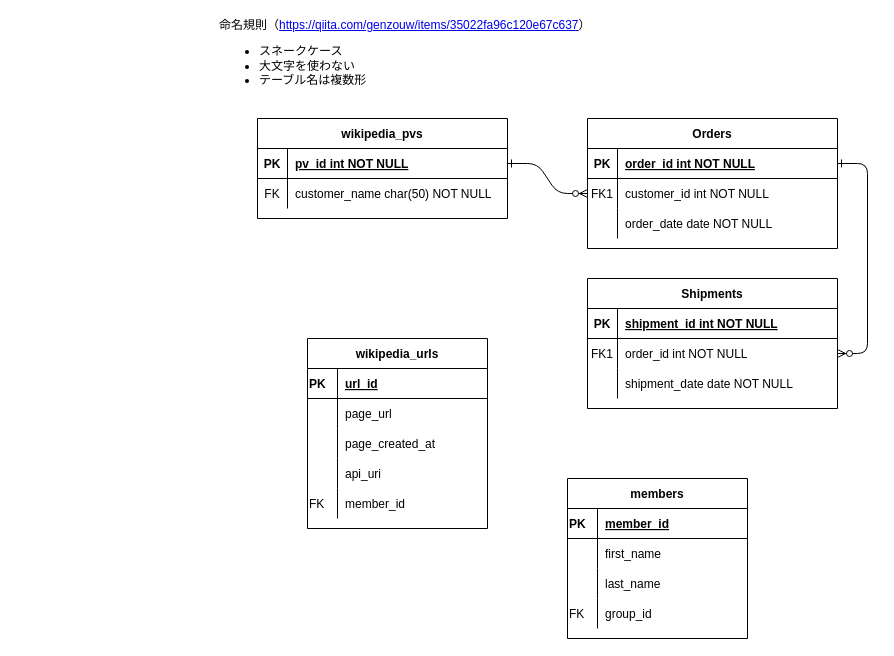
This is db/ER/Untitled Diagram.drawio from takahito-0398/webapp01, a draw.io file, before an edit. Source tidied: cells renumbered, new cells numbered last; positions are measured from the earlier drawing's top-left corner, leaving out a move shared by most shapes. Both pictures are drawn from the tidied source at 100%, with x=0, y=0 at pixel (217, 28).
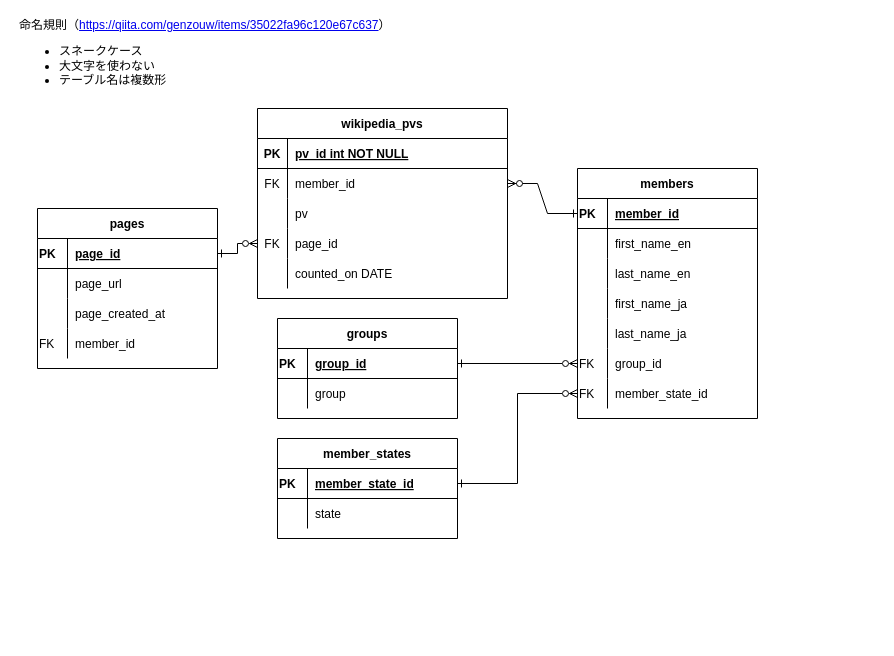
The same page after the edit.

The change refers to these unchanged cells:
```xml
<mxCell id="25" style="shape=partialRectangle;fillColor=none;points=[[0,0.5],[1,0.5]];portConstraint=eastwest;top=0;left=0;right=0;bottom=1;" parent="24" vertex="1">
  <mxGeometry y="30" width="250" height="30" as="geometry" />
</mxCell>
<mxCell id="28" style="shape=partialRectangle;fillColor=none;points=[[0,0.5],[1,0.5]];portConstraint=eastwest;top=0;left=0;right=0;bottom=0;" parent="24" vertex="1">
  <mxGeometry y="60" width="250" height="30" as="geometry" />
</mxCell>
<mxCell id="33" style="shape=partialRectangle;fillColor=none;top=0;left=0;bottom=1;right=0;points=[[0,0.5],[1,0.5]];portConstraint=eastwest;align=left;" parent="32" vertex="1">
  <mxGeometry y="30" width="180" height="30" as="geometry" />
</mxCell>
<mxCell id="49" style="shape=partialRectangle;fillColor=none;top=0;left=0;bottom=1;right=0;points=[[0,0.5],[1,0.5]];portConstraint=eastwest;align=left;" parent="48" vertex="1">
  <mxGeometry y="30" width="180" height="30" as="geometry" />
</mxCell>
<mxCell id="52" style="shape=partialRectangle;fillColor=none;top=0;left=0;bottom=0;right=0;align=left;" parent="48" vertex="1">
  <mxGeometry y="60" width="180" height="30" as="geometry" />
</mxCell>
<mxCell id="55" style="shape=partialRectangle;fillColor=none;top=0;left=0;bottom=0;right=0;align=left;" parent="48" vertex="1">
  <mxGeometry y="90" width="180" height="30" as="geometry" />
</mxCell>
```

Change to the diagram source:
```diff
@@
-    <mxCell id="2" style="edgeStyle=entityRelationEdgeStyle;endArrow=ERzeroToMany;startArrow=ERone;endFill=1;startFill=0;" parent="1" edge="1" source="25" target="8">
+    <mxCell id="2" style="edgeStyle=entityRelationEdgeStyle;endArrow=ERone;startArrow=ERzeroToMany;endFill=0;startFill=1;entryX=0;entryY=0.5;entryDx=0;entryDy=0;exitX=1;exitY=0.5;exitDx=0;exitDy=0;rounded=0;" parent="1" edge="1" source="28" target="49">
       <mxGeometry relative="1" as="geometry" />
     </mxCell>
-    <mxCell id="3" style="edgeStyle=entityRelationEdgeStyle;endArrow=ERzeroToMany;startArrow=ERone;endFill=1;startFill=0;" parent="1" edge="1" source="5" target="18">
-      <mxGeometry relative="1" as="geometry" />
-    </mxCell>
-    <mxCell id="4" value="Orders" style="shape=table;startSize=30;childLayout=tableLayout;rowLines=0;fontStyle=1;align=center;" parent="1" vertex="1">
-      <mxGeometry x="370" y="90" width="250" height="130" as="geometry" />
-    </mxCell>
-    <mxCell id="5" style="shape=partialRectangle;fillColor=none;points=[[0,0.5],[1,0.5]];portConstraint=eastwest;top=0;left=0;right=0;bottom=1;" parent="4" vertex="1">
-      <mxGeometry y="30" width="250" height="30" as="geometry" />
-    </mxCell>
-    <mxCell id="6" value="PK" style="shape=partialRectangle;overflow=hidden;fillColor=none;top=0;left=0;bottom=0;right=0;fontStyle=1;" parent="5" vertex="1">
-      <mxGeometry width="30" height="30" as="geometry" />
-    </mxCell>
-    <mxCell id="7" value="order_id int NOT NULL " style="shape=partialRectangle;overflow=hidden;fillColor=none;top=0;left=0;bottom=0;right=0;align=left;spacingLeft=6;fontStyle=5;" parent="5" vertex="1">
-      <mxGeometry x="30" width="220" height="30" as="geometry" />
-    </mxCell>
-    <mxCell id="8" style="shape=partialRectangle;fillColor=none;points=[[0,0.5],[1,0.5]];portConstraint=eastwest;top=0;left=0;right=0;bottom=0;" parent="4" vertex="1">
-      <mxGeometry y="60" width="250" height="30" as="geometry" />
-    </mxCell>
-    <mxCell id="9" value="FK1" style="shape=partialRectangle;overflow=hidden;fillColor=none;top=0;left=0;bottom=0;right=0;" parent="8" vertex="1">
-      <mxGeometry width="30" height="30" as="geometry" />
-    </mxCell>
-    <mxCell id="10" value="customer_id int NOT NULL" style="shape=partialRectangle;overflow=hidden;fillColor=none;top=0;left=0;bottom=0;right=0;align=left;spacingLeft=6;" parent="8" vertex="1">
-      <mxGeometry x="30" width="220" height="30" as="geometry" />
-    </mxCell>
-    <mxCell id="11" style="shape=partialRectangle;fillColor=none;top=0;left=0;right=0;bottom=0;" parent="4" vertex="1">
-      <mxGeometry y="90" width="250" height="30" as="geometry" />
-    </mxCell>
-    <mxCell id="12" style="shape=partialRectangle;overflow=hidden;fillColor=none;top=0;left=0;bottom=0;right=0;" parent="11" vertex="1">
-      <mxGeometry width="30" height="30" as="geometry" />
-    </mxCell>
-    <mxCell id="13" value="order_date date NOT NULL" style="shape=partialRectangle;overflow=hidden;fillColor=none;top=0;left=0;bottom=0;right=0;align=left;spacingLeft=6;" parent="11" vertex="1">
-      <mxGeometry x="30" width="220" height="30" as="geometry" />
-    </mxCell>
-    <mxCell id="14" value="Shipments" style="shape=table;startSize=30;childLayout=tableLayout;rowLines=0;fontStyle=1;align=center;" parent="1" vertex="1">
-      <mxGeometry x="370" y="250" width="250" height="130" as="geometry" />
-    </mxCell>
-    <mxCell id="15" style="shape=partialRectangle;fillColor=none;top=0;left=0;right=0;bottom=1;" parent="14" vertex="1">
-      <mxGeometry y="30" width="250" height="30" as="geometry" />
-    </mxCell>
-    <mxCell id="16" value="PK" style="shape=partialRectangle;overflow=hidden;fillColor=none;top=0;left=0;bottom=0;right=0;fontStyle=1;" parent="15" vertex="1">
-      <mxGeometry width="30" height="30" as="geometry" />
-    </mxCell>
-    <mxCell id="17" value="shipment_id int NOT NULL " style="shape=partialRectangle;overflow=hidden;fillColor=none;top=0;left=0;bottom=0;right=0;align=left;spacingLeft=6;fontStyle=5;" parent="15" vertex="1">
-      <mxGeometry x="30" width="220" height="30" as="geometry" />
-    </mxCell>
-    <mxCell id="18" style="shape=partialRectangle;fillColor=none;points=[[0,0.5],[1,0.5]];portConstraint=eastwest;top=0;left=0;right=0;bottom=0;" parent="14" vertex="1">
-      <mxGeometry y="60" width="250" height="30" as="geometry" />
-    </mxCell>
-    <mxCell id="19" value="FK1" style="shape=partialRectangle;overflow=hidden;fillColor=none;top=0;left=0;bottom=0;right=0;" parent="18" vertex="1">
-      <mxGeometry width="30" height="30" as="geometry" />
-    </mxCell>
-    <mxCell id="20" value="order_id int NOT NULL" style="shape=partialRectangle;overflow=hidden;fillColor=none;top=0;left=0;bottom=0;right=0;align=left;spacingLeft=6;" parent="18" vertex="1">
-      <mxGeometry x="30" width="220" height="30" as="geometry" />
-    </mxCell>
-    <mxCell id="21" style="shape=partialRectangle;fillColor=none;top=0;left=0;right=0;bottom=0;" parent="14" vertex="1">
-      <mxGeometry y="90" width="250" height="30" as="geometry" />
-    </mxCell>
-    <mxCell id="22" style="shape=partialRectangle;overflow=hidden;fillColor=none;top=0;left=0;bottom=0;right=0;" parent="21" vertex="1">
-      <mxGeometry width="30" height="30" as="geometry" />
-    </mxCell>
-    <mxCell id="23" value="shipment_date date NOT NULL" style="shape=partialRectangle;overflow=hidden;fillColor=none;top=0;left=0;bottom=0;right=0;align=left;spacingLeft=6;" parent="21" vertex="1">
-      <mxGeometry x="30" width="220" height="30" as="geometry" />
-    </mxCell>
     <mxCell id="24" value="wikipedia_pvs" style="shape=table;startSize=30;childLayout=tableLayout;rowLines=0;fontStyle=1;align=center;" parent="1" vertex="1">
-      <mxGeometry x="40" y="90" width="250" height="100" as="geometry" />
+      <mxGeometry x="40" y="80" width="250" height="190" as="geometry" />
     </mxCell>
@@
-    <mxCell id="30" value="customer_name char(50) NOT NULL" style="shape=partialRectangle;overflow=hidden;fillColor=none;top=0;left=0;bottom=0;right=0;align=left;spacingLeft=6;" parent="28" vertex="1">
+    <mxCell id="30" value="member_id" style="shape=partialRectangle;overflow=hidden;fillColor=none;top=0;left=0;bottom=0;right=0;align=left;spacingLeft=6;" parent="28" vertex="1">
       <mxGeometry x="30" width="220" height="30" as="geometry" />
     </mxCell>
+    <mxCell id="61" style="shape=partialRectangle;fillColor=none;top=0;left=0;right=0;bottom=0;" parent="24" vertex="1">
+      <mxGeometry y="90" width="250" height="30" as="geometry" />
+    </mxCell>
+    <mxCell id="62" style="shape=partialRectangle;overflow=hidden;fillColor=none;top=0;left=0;bottom=0;right=0;fontStyle=0;" parent="61" vertex="1">
+      <mxGeometry width="30" height="30" as="geometry" />
+    </mxCell>
+    <mxCell id="63" value="pv" style="shape=partialRectangle;overflow=hidden;fillColor=none;top=0;left=0;bottom=0;right=0;align=left;spacingLeft=6;" parent="61" vertex="1">
+      <mxGeometry x="30" width="220" height="30" as="geometry" />
+    </mxCell>
+    <mxCell id="64" style="shape=partialRectangle;fillColor=none;points=[[0,0.5],[1,0.5]];portConstraint=eastwest;top=0;left=0;right=0;bottom=0;" parent="24" vertex="1">
+      <mxGeometry y="120" width="250" height="30" as="geometry" />
+    </mxCell>
+    <mxCell id="65" value="FK" style="shape=partialRectangle;overflow=hidden;fillColor=none;top=0;left=0;bottom=0;right=0;fontStyle=0;" parent="64" vertex="1">
+      <mxGeometry width="30" height="30" as="geometry" />
+    </mxCell>
+    <mxCell id="66" value="page_id" style="shape=partialRectangle;overflow=hidden;fillColor=none;top=0;left=0;bottom=0;right=0;align=left;spacingLeft=6;" parent="64" vertex="1">
+      <mxGeometry x="30" width="220" height="30" as="geometry" />
+    </mxCell>
+    <mxCell id="67" style="shape=partialRectangle;fillColor=none;top=0;left=0;right=0;bottom=0;" parent="24" vertex="1">
+      <mxGeometry y="150" width="250" height="30" as="geometry" />
+    </mxCell>
+    <mxCell id="68" style="shape=partialRectangle;overflow=hidden;fillColor=none;top=0;left=0;bottom=0;right=0;fontStyle=0;" parent="67" vertex="1">
+      <mxGeometry width="30" height="30" as="geometry" />
+    </mxCell>
+    <mxCell id="69" value="counted_on DATE" style="shape=partialRectangle;overflow=hidden;fillColor=none;top=0;left=0;bottom=0;right=0;align=left;spacingLeft=6;" parent="67" vertex="1">
+      <mxGeometry x="30" width="220" height="30" as="geometry" />
+    </mxCell>
     <mxCell id="31" value="命名規則（&lt;a href=&quot;https://qiita.com/genzouw/items/35022fa96c120e67c637&quot;&gt;https://qiita.com/genzouw/items/35022fa96c120e67c637&lt;/a&gt;）&lt;br&gt;&lt;ul&gt;&lt;li&gt;スネークケース&lt;/li&gt;&lt;li&gt;大文字を使わない&lt;/li&gt;&lt;li&gt;テーブル名は複数形&lt;/li&gt;&lt;/ul&gt;" style="text;html=1;strokeColor=none;fillColor=none;align=left;verticalAlign=middle;whiteSpace=wrap;rounded=0;" parent="1" vertex="1">
-      <mxGeometry width="630" height="60" as="geometry" />
+      <mxGeometry x="-200" width="630" height="60" as="geometry" />
     </mxCell>
-    <mxCell id="32" value="wikipedia_urls" style="shape=table;startSize=30;childLayout=tableLayout;rowLines=0;fontStyle=1;align=center;" parent="1" vertex="1">
-      <mxGeometry x="90" y="310" width="180" height="190" as="geometry" />
+    <mxCell id="32" value="pages" style="shape=table;startSize=30;childLayout=tableLayout;rowLines=0;fontStyle=1;align=center;" parent="1" vertex="1">
+      <mxGeometry x="-180" y="180" width="180" height="160" as="geometry" />
     </mxCell>
@@
-    <mxCell id="35" value="url_id" style="shape=partialRectangle;fillColor=none;top=0;left=0;bottom=0;right=0;align=left;spacingLeft=6;fontStyle=5;overflow=hidden;" parent="33" vertex="1">
+    <mxCell id="35" value="page_id" style="shape=partialRectangle;fillColor=none;top=0;left=0;bottom=0;right=0;align=left;spacingLeft=6;fontStyle=5;overflow=hidden;" parent="33" vertex="1">
       <mxGeometry x="30" width="150" height="30" as="geometry" />
     </mxCell>
@@
-    <mxCell id="42" style="shape=partialRectangle;fillColor=none;top=0;left=0;bottom=0;right=0;align=left;" parent="32" vertex="1">
-      <mxGeometry y="120" width="180" height="30" as="geometry" />
-    </mxCell>
-    <mxCell id="43" style="shape=partialRectangle;fillColor=none;top=0;left=0;bottom=0;right=0;overflow=hidden;align=left;" parent="42" vertex="1">
-      <mxGeometry width="30" height="30" as="geometry" />
-    </mxCell>
-    <mxCell id="44" value="api_uri" style="shape=partialRectangle;fillColor=none;top=0;left=0;bottom=0;right=0;align=left;spacingLeft=6;overflow=hidden;" parent="42" vertex="1">
-      <mxGeometry x="30" width="150" height="30" as="geometry" />
-    </mxCell>
     <mxCell id="45" style="shape=partialRectangle;fillColor=none;top=0;left=0;bottom=0;right=0;align=left;" parent="32" vertex="1">
-      <mxGeometry y="150" width="180" height="30" as="geometry" />
+      <mxGeometry y="120" width="180" height="30" as="geometry" />
     </mxCell>
@@
     <mxCell id="48" value="members" style="shape=table;startSize=30;childLayout=tableLayout;rowLines=0;fontStyle=1;align=center;" parent="1" vertex="1">
-      <mxGeometry x="350" y="450" width="180" height="160" as="geometry" />
+      <mxGeometry x="360" y="140" width="180" height="250" as="geometry" />
     </mxCell>
@@
-    <mxCell id="54" value="first_name" style="shape=partialRectangle;fillColor=none;top=0;left=0;bottom=0;right=0;align=left;spacingLeft=6;overflow=hidden;" parent="52" vertex="1">
+    <mxCell id="54" value="first_name_en" style="shape=partialRectangle;fillColor=none;top=0;left=0;bottom=0;right=0;align=left;spacingLeft=6;overflow=hidden;" parent="52" vertex="1">
       <mxGeometry x="30" width="150" height="30" as="geometry" />
     </mxCell>
@@
-    <mxCell id="57" value="last_name" style="shape=partialRectangle;fillColor=none;top=0;left=0;bottom=0;right=0;align=left;spacingLeft=6;overflow=hidden;" parent="55" vertex="1">
+    <mxCell id="57" value="last_name_en" style="shape=partialRectangle;fillColor=none;top=0;left=0;bottom=0;right=0;align=left;spacingLeft=6;overflow=hidden;" parent="55" vertex="1">
       <mxGeometry x="30" width="150" height="30" as="geometry" />
     </mxCell>
+    <mxCell id="42" style="shape=partialRectangle;fillColor=none;top=0;left=0;bottom=0;right=0;align=left;" parent="48" vertex="1">
+      <mxGeometry y="120" width="180" height="30" as="geometry" />
+    </mxCell>
+    <mxCell id="70" style="shape=partialRectangle;fillColor=none;top=0;left=0;bottom=0;right=0;overflow=hidden;align=left;" parent="42" vertex="1">
+      <mxGeometry width="30" height="30" as="geometry" />
+    </mxCell>
+    <mxCell id="71" value="first_name_ja" style="shape=partialRectangle;fillColor=none;top=0;left=0;bottom=0;right=0;align=left;spacingLeft=6;overflow=hidden;" parent="42" vertex="1">
+      <mxGeometry x="30" width="150" height="30" as="geometry" />
+    </mxCell>
+    <mxCell id="72" style="shape=partialRectangle;fillColor=none;top=0;left=0;bottom=0;right=0;align=left;" parent="48" vertex="1">
+      <mxGeometry y="150" width="180" height="30" as="geometry" />
+    </mxCell>
+    <mxCell id="73" style="shape=partialRectangle;fillColor=none;top=0;left=0;bottom=0;right=0;overflow=hidden;align=left;" parent="72" vertex="1">
+      <mxGeometry width="30" height="30" as="geometry" />
+    </mxCell>
+    <mxCell id="74" value="last_name_ja" style="shape=partialRectangle;fillColor=none;top=0;left=0;bottom=0;right=0;align=left;spacingLeft=6;overflow=hidden;" parent="72" vertex="1">
+      <mxGeometry x="30" width="150" height="30" as="geometry" />
+    </mxCell>
     <mxCell id="58" style="shape=partialRectangle;fillColor=none;top=0;left=0;bottom=0;right=0;points=[[0,0.5],[1,0.5]];portConstraint=eastwest;align=left;" parent="48" vertex="1">
-      <mxGeometry y="120" width="180" height="30" as="geometry" />
+      <mxGeometry y="180" width="180" height="30" as="geometry" />
     </mxCell>
@@
+    <mxCell id="75" style="shape=partialRectangle;fillColor=none;top=0;left=0;bottom=0;right=0;points=[[0,0.5],[1,0.5]];portConstraint=eastwest;align=left;" parent="48" vertex="1">
+      <mxGeometry y="210" width="180" height="30" as="geometry" />
+    </mxCell>
+    <mxCell id="76" value="FK" style="shape=partialRectangle;fillColor=none;top=0;left=0;bottom=0;right=0;overflow=hidden;align=left;" parent="75" vertex="1">
+      <mxGeometry width="30" height="30" as="geometry" />
+    </mxCell>
+    <mxCell id="77" value="member_state_id" style="shape=partialRectangle;fillColor=none;top=0;left=0;bottom=0;right=0;align=left;spacingLeft=6;overflow=hidden;" parent="75" vertex="1">
+      <mxGeometry x="30" width="150" height="30" as="geometry" />
+    </mxCell>
+    <mxCell id="78" value="groups" style="shape=table;startSize=30;childLayout=tableLayout;rowLines=0;fontStyle=1;align=center;" parent="1" vertex="1">
+      <mxGeometry x="60" y="290" width="180" height="100" as="geometry" />
+    </mxCell>
+    <mxCell id="79" style="shape=partialRectangle;fillColor=none;top=0;left=0;bottom=1;right=0;points=[[0,0.5],[1,0.5]];portConstraint=eastwest;align=left;" parent="78" vertex="1">
+      <mxGeometry y="30" width="180" height="30" as="geometry" />
+    </mxCell>
+    <mxCell id="80" value="PK" style="shape=partialRectangle;fillColor=none;top=0;left=0;bottom=0;right=0;fontStyle=1;overflow=hidden;align=left;" parent="79" vertex="1">
+      <mxGeometry width="30" height="30" as="geometry" />
+    </mxCell>
+    <mxCell id="81" value="group_id" style="shape=partialRectangle;fillColor=none;top=0;left=0;bottom=0;right=0;align=left;spacingLeft=6;fontStyle=5;overflow=hidden;" parent="79" vertex="1">
+      <mxGeometry x="30" width="150" height="30" as="geometry" />
+    </mxCell>
+    <mxCell id="82" style="shape=partialRectangle;fillColor=none;top=0;left=0;bottom=0;right=0;align=left;" parent="78" vertex="1">
+      <mxGeometry y="60" width="180" height="30" as="geometry" />
+    </mxCell>
+    <mxCell id="83" style="shape=partialRectangle;fillColor=none;top=0;left=0;bottom=0;right=0;overflow=hidden;align=left;" parent="82" vertex="1">
+      <mxGeometry width="30" height="30" as="geometry" />
+    </mxCell>
+    <mxCell id="84" value="group" style="shape=partialRectangle;fillColor=none;top=0;left=0;bottom=0;right=0;align=left;spacingLeft=6;overflow=hidden;" parent="82" vertex="1">
+      <mxGeometry x="30" width="150" height="30" as="geometry" />
+    </mxCell>
+    <mxCell id="85" value="member_states" style="shape=table;startSize=30;childLayout=tableLayout;rowLines=0;fontStyle=1;align=center;" parent="1" vertex="1">
+      <mxGeometry x="60" y="410" width="180" height="100" as="geometry" />
+    </mxCell>
+    <mxCell id="86" style="shape=partialRectangle;fillColor=none;top=0;left=0;bottom=1;right=0;points=[[0,0.5],[1,0.5]];portConstraint=eastwest;align=left;" parent="85" vertex="1">
+      <mxGeometry y="30" width="180" height="30" as="geometry" />
+    </mxCell>
+    <mxCell id="87" value="PK" style="shape=partialRectangle;fillColor=none;top=0;left=0;bottom=0;right=0;fontStyle=1;overflow=hidden;align=left;" parent="86" vertex="1">
+      <mxGeometry width="30" height="30" as="geometry" />
+    </mxCell>
+    <mxCell id="88" value="member_state_id" style="shape=partialRectangle;fillColor=none;top=0;left=0;bottom=0;right=0;align=left;spacingLeft=6;fontStyle=5;overflow=hidden;" parent="86" vertex="1">
+      <mxGeometry x="30" width="150" height="30" as="geometry" />
+    </mxCell>
+    <mxCell id="89" style="shape=partialRectangle;fillColor=none;top=0;left=0;bottom=0;right=0;align=left;" parent="85" vertex="1">
+      <mxGeometry y="60" width="180" height="30" as="geometry" />
+    </mxCell>
+    <mxCell id="90" style="shape=partialRectangle;fillColor=none;top=0;left=0;bottom=0;right=0;overflow=hidden;align=left;" parent="89" vertex="1">
+      <mxGeometry width="30" height="30" as="geometry" />
+    </mxCell>
+    <mxCell id="91" value="state" style="shape=partialRectangle;fillColor=none;top=0;left=0;bottom=0;right=0;align=left;spacingLeft=6;overflow=hidden;" parent="89" vertex="1">
+      <mxGeometry x="30" width="150" height="30" as="geometry" />
+    </mxCell>
+    <mxCell id="92" style="edgeStyle=orthogonalEdgeStyle;rounded=0;jettySize=auto;html=1;entryX=0;entryY=0.5;entryDx=0;entryDy=0;startArrow=ERone;startFill=0;endArrow=ERzeroToMany;endFill=0;" parent="1" edge="1" source="79" target="58">
+      <mxGeometry relative="1" as="geometry" />
+    </mxCell>
+    <mxCell id="93" style="edgeStyle=orthogonalEdgeStyle;rounded=0;jettySize=auto;html=1;entryX=0;entryY=0.5;entryDx=0;entryDy=0;startArrow=ERone;startFill=0;endArrow=ERzeroToMany;endFill=0;" parent="1" edge="1" source="86" target="75">
+      <mxGeometry relative="1" as="geometry" />
+    </mxCell>
+    <mxCell id="94" style="edgeStyle=orthogonalEdgeStyle;rounded=0;jettySize=auto;html=1;entryX=0;entryY=0.5;entryDx=0;entryDy=0;startArrow=ERone;startFill=0;endArrow=ERzeroToMany;endFill=0;" parent="1" edge="1" source="33" target="64">
+      <mxGeometry relative="1" as="geometry" />
+    </mxCell>
```
